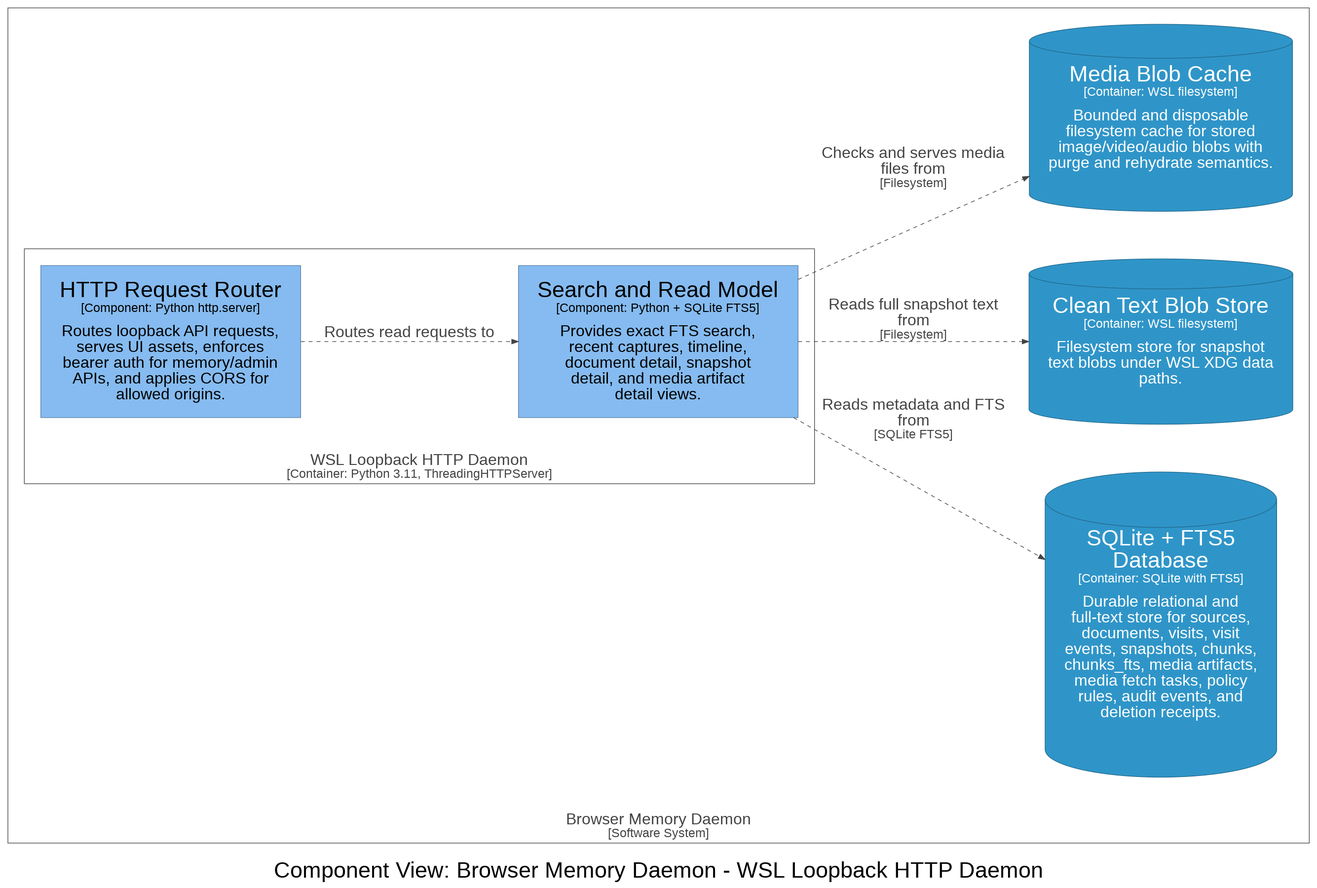
Above: architecture/diagrams/dot-rendered/structurizr-DaemonReadComponents.png in michaelnicks0/browser-memory-daemon (Graphviz), before the change. Its source is kept beside it as architecture/diagrams/dot/structurizr-DaemonReadComponents.dot.
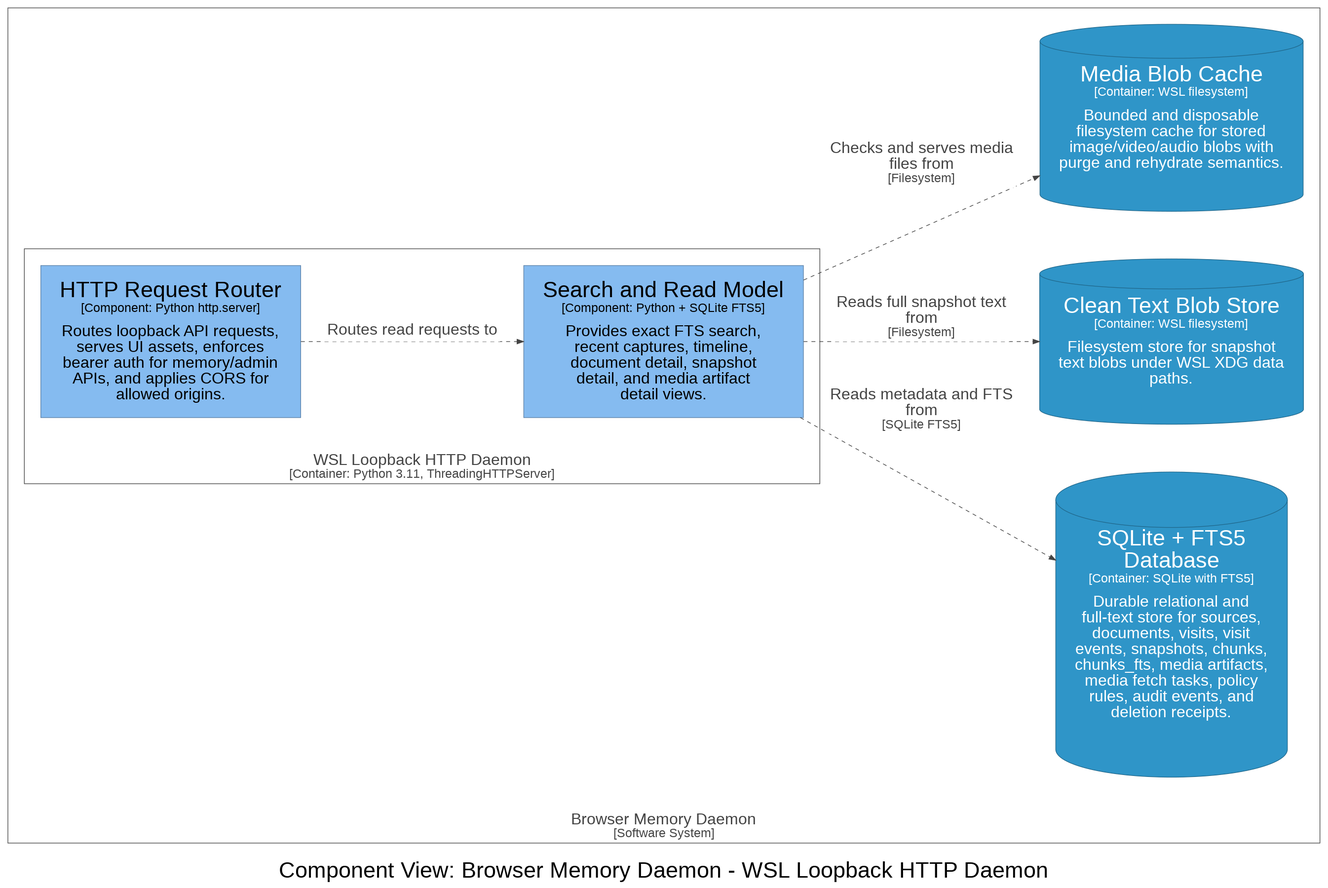
The same diagram one commit later.

Diff of the diagram source:
```diff
@@ -30,9 +30,9 @@
     29 [id=29,shape=cylinder, label=<<font point-size="34">Media Blob Cache</font><br /><font point-size="19">[Container: WSL filesystem]</font><br /><br /><font point-size="24">Bounded and disposable<br />filesystem cache for stored<br />image/video/audio blobs with<br />purge and rehydrate semantics.</font>>, style=filled, color="#20688c", fillcolor="#2f95c8", fontcolor="#ffffff"]
   }
 
-  15 -> 21 [id=66, label=<<font point-size="24">Routes read requests to</font>>, style="dashed", color="#444444", fontcolor="#444444"]
-  21 -> 27 [id=76, label=<<font point-size="24">Reads metadata and FTS<br />from</font><br /><font point-size="19">[SQLite FTS5]</font>>, style="dashed", color="#444444", fontcolor="#444444"]
-  21 -> 28 [id=77, label=<<font point-size="24">Reads full snapshot text<br />from</font><br /><font point-size="19">[Filesystem]</font>>, style="dashed", color="#444444", fontcolor="#444444"]
-  21 -> 29 [id=78, label=<<font point-size="24">Checks and serves media<br />files from</font><br /><font point-size="19">[Filesystem]</font>>, style="dashed", color="#444444", fontcolor="#444444"]
+  15 -> 21 [id=66, label=<<TABLE BORDER="0" CELLBORDER="0" CELLSPACING="0" CELLPADDING="4" BGCOLOR="white"><TR><TD><font point-size="24">Routes read requests to</font></TD></TR></TABLE>>, style="dashed", color="#444444", fontcolor="#444444"]
+  21 -> 27 [id=76, label=<<TABLE BORDER="0" CELLBORDER="0" CELLSPACING="0" CELLPADDING="4" BGCOLOR="white"><TR><TD><font point-size="24">Reads metadata and FTS<br />from</font><br /><font point-size="19">[SQLite FTS5]</font></TD></TR></TABLE>>, style="dashed", color="#444444", fontcolor="#444444"]
+  21 -> 28 [id=77, label=<<TABLE BORDER="0" CELLBORDER="0" CELLSPACING="0" CELLPADDING="4" BGCOLOR="white"><TR><TD><font point-size="24">Reads full snapshot text<br />from</font><br /><font point-size="19">[Filesystem]</font></TD></TR></TABLE>>, style="dashed", color="#444444", fontcolor="#444444"]
+  21 -> 29 [id=78, label=<<TABLE BORDER="0" CELLBORDER="0" CELLSPACING="0" CELLPADDING="4" BGCOLOR="white"><TR><TD><font point-size="24">Checks and serves media<br />files from</font><br /><font point-size="19">[Filesystem]</font></TD></TR></TABLE>>, style="dashed", color="#444444", fontcolor="#444444"]
 
 }
```
